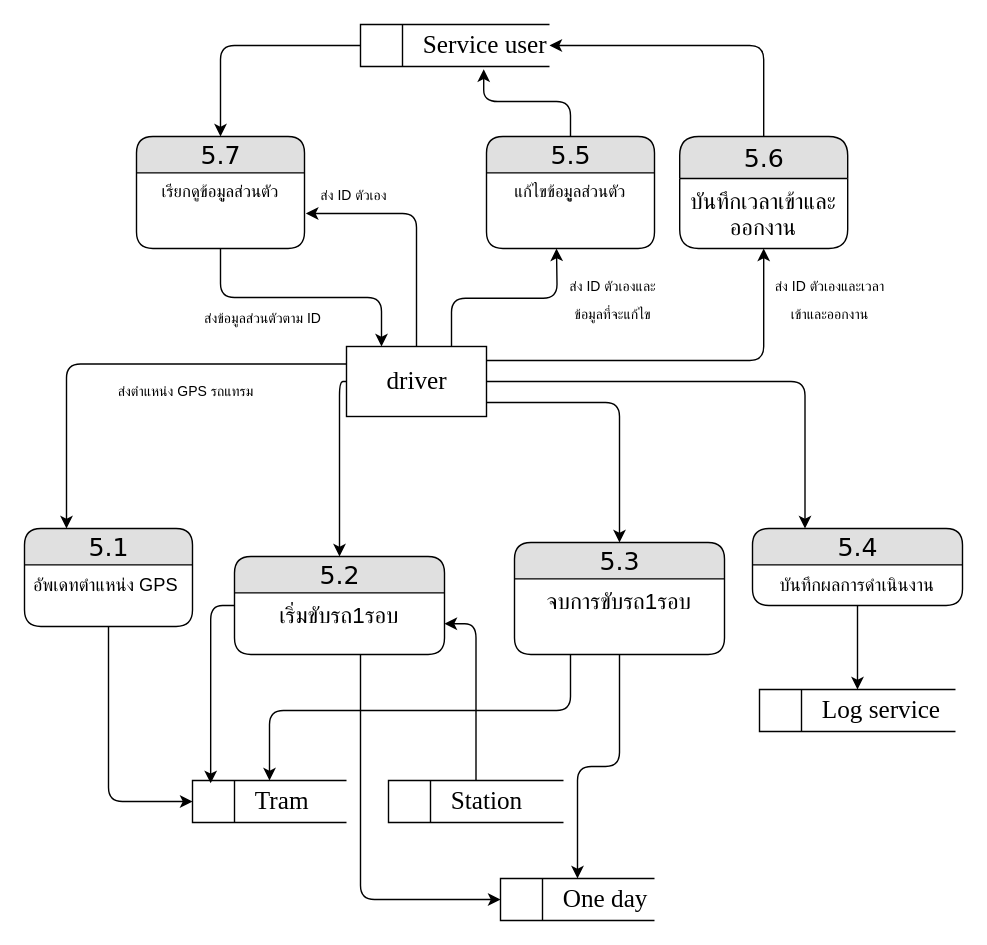
Before: page "5" (4 of 7) of data_flow.drawio in Domineice/Tram_tracking_draft, a draw.io diagram. Source tidied: cells renumbered, new cells numbered last; positions are measured from the earlier drawing's top-left corner, leaving out a move shared by most shapes. Both pictures are drawn from the tidied source at 140%, with x=0, y=0 at pixel (24, 24).
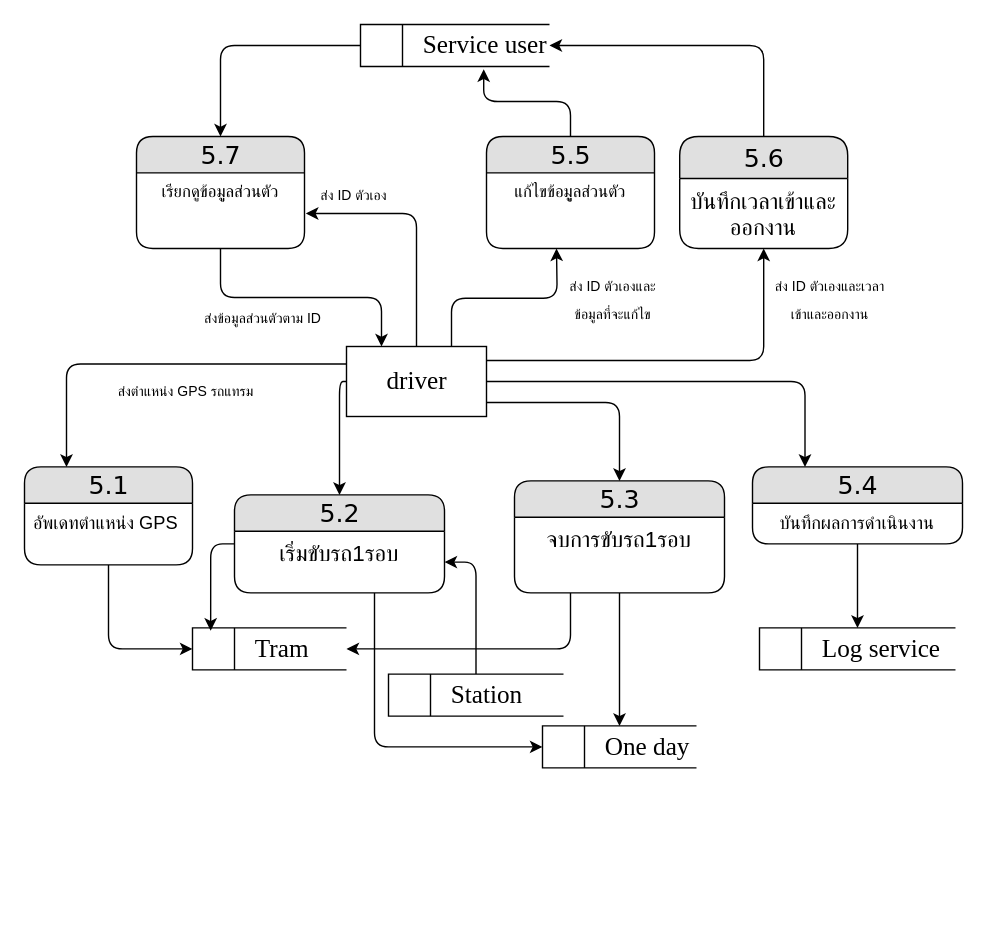
Above is the later version.

The edit, as a diff of the source:
```diff
@@
     <mxCell id="11" value="&lt;blockquote style=&quot;margin: 0 0 0 40px ; border: none ; padding: 0px&quot;&gt;Station&lt;/blockquote&gt;" style="html=1;dashed=0;whitespace=wrap;shape=mxgraph.dfd.dataStoreID;align=left;spacingLeft=3;points=[[0,0],[0.5,0],[1,0],[0,0.5],[1,0.5],[0,1],[0.5,1],[1,1]];fontFamily=Times New Roman;fontSize=18;" parent="1" vertex="1">
-      <mxGeometry x="260" y="540" width="125" height="30" as="geometry" />
+      <mxGeometry x="260" y="464" width="125" height="30" as="geometry" />
     </mxCell>
     <mxCell id="12" value="&lt;blockquote style=&quot;margin: 0 0 0 40px ; border: none ; padding: 0px&quot;&gt;Tram&lt;/blockquote&gt;" style="html=1;dashed=0;whitespace=wrap;shape=mxgraph.dfd.dataStoreID;align=left;spacingLeft=3;points=[[0,0],[0.5,0],[1,0],[0,0.5],[1,0.5],[0,1],[0.5,1],[1,1]];fontFamily=Times New Roman;fontSize=18;" parent="1" vertex="1">
-      <mxGeometry x="120" y="540" width="110" height="30" as="geometry" />
+      <mxGeometry x="120" y="431" width="110" height="30" as="geometry" />
     </mxCell>
     <mxCell id="13" value="&lt;blockquote style=&quot;margin: 0 0 0 40px ; border: none ; padding: 0px&quot;&gt;One day&lt;/blockquote&gt;" style="html=1;dashed=0;whitespace=wrap;shape=mxgraph.dfd.dataStoreID;align=left;spacingLeft=3;points=[[0,0],[0.5,0],[1,0],[0,0.5],[1,0.5],[0,1],[0.5,1],[1,1]];fontFamily=Times New Roman;fontSize=18;" parent="1" vertex="1">
-      <mxGeometry x="340" y="610" width="110" height="30" as="geometry" />
+      <mxGeometry x="370" y="501" width="110" height="30" as="geometry" />
     </mxCell>
     <mxCell id="14" value="&lt;blockquote style=&quot;margin: 0 0 0 40px ; border: none ; padding: 0px&quot;&gt;Log service&lt;/blockquote&gt;" style="html=1;dashed=0;whitespace=wrap;shape=mxgraph.dfd.dataStoreID;align=left;spacingLeft=3;points=[[0,0],[0.5,0],[1,0],[0,0.5],[1,0.5],[0,1],[0.5,1],[1,1]];fontFamily=Times New Roman;fontSize=18;" parent="1" vertex="1">
-      <mxGeometry x="525" y="475" width="140" height="30" as="geometry" />
+      <mxGeometry x="525" y="431" width="140" height="30" as="geometry" />
     </mxCell>
@@
     <mxCell id="18" value="&lt;font style=&quot;font-size: 18px&quot;&gt;5.1&lt;br&gt;&lt;/font&gt;" style="swimlane;html=1;fontStyle=0;horizontal=1;startSize=26;fillColor=#e0e0e0;swimlaneFillColor=#ffffff;align=center;rounded=1;shadow=0;comic=0;labelBackgroundColor=none;strokeWidth=1;fontFamily=Verdana;fontSize=12;" parent="1" vertex="1">
-      <mxGeometry y="360" width="120" height="70" as="geometry" />
+      <mxGeometry y="316" width="120" height="70" as="geometry" />
     </mxCell>
@@
     <mxCell id="21" value="&lt;font style=&quot;font-size: 18px&quot;&gt;5.4&lt;br&gt;&lt;/font&gt;" style="swimlane;html=1;fontStyle=0;horizontal=1;startSize=26;fillColor=#e0e0e0;swimlaneFillColor=#ffffff;align=center;rounded=1;shadow=0;comic=0;labelBackgroundColor=none;strokeWidth=1;fontFamily=Verdana;fontSize=12;" parent="1" vertex="1">
-      <mxGeometry x="520" y="360" width="150" height="55" as="geometry" />
+      <mxGeometry x="520" y="316" width="150" height="55" as="geometry" />
     </mxCell>
@@
     <mxCell id="29" style="edgeStyle=orthogonalEdgeStyle;rounded=1;jettySize=auto;html=1;entryX=0.118;entryY=0.067;entryDx=0;entryDy=0;entryPerimeter=0;fontSize=16;" parent="1" edge="1" source="31" target="12">
       <mxGeometry relative="1" as="geometry">
         <Array as="points">
-          <mxPoint x="133" y="415" />
+          <mxPoint x="133" y="371" />
         </Array>
       </mxGeometry>
     </mxCell>
-    <mxCell id="30" style="edgeStyle=orthogonalEdgeStyle;rounded=1;jettySize=auto;html=1;entryX=0;entryY=0.5;entryDx=0;entryDy=0;fontSize=16;" parent="1" edge="1" source="31" target="13">
+    <mxCell id="30" style="edgeStyle=orthogonalEdgeStyle;rounded=1;jettySize=auto;html=1;entryX=0;entryY=0.5;entryDx=0;entryDy=0;" parent="1" edge="1" source="31" target="13">
       <mxGeometry relative="1" as="geometry">
         <Array as="points">
-          <mxPoint x="240" y="625" />
+          <mxPoint x="250" y="516" />
         </Array>
       </mxGeometry>
     </mxCell>
     <mxCell id="31" value="&lt;font style=&quot;font-size: 18px&quot;&gt;5.2&lt;br&gt;&lt;/font&gt;" style="swimlane;html=1;fontStyle=0;horizontal=1;startSize=26;fillColor=#e0e0e0;swimlaneFillColor=#ffffff;align=center;rounded=1;shadow=0;comic=0;labelBackgroundColor=none;strokeWidth=1;fontFamily=Verdana;fontSize=12;" parent="1" vertex="1">
-      <mxGeometry x="150" y="380" width="150" height="70" as="geometry" />
+      <mxGeometry x="150" y="336" width="150" height="70" as="geometry" />
     </mxCell>
@@
     <mxCell id="37" style="edgeStyle=orthogonalEdgeStyle;rounded=1;jettySize=auto;html=1;fontSize=16;" parent="1" edge="1" source="38" target="12">
       <mxGeometry relative="1" as="geometry">
         <Array as="points">
-          <mxPoint x="390" y="490" />
-          <mxPoint x="175" y="490" />
+          <mxPoint x="390" y="446" />
+          <mxPoint x="175" y="446" />
         </Array>
       </mxGeometry>
     </mxCell>
     <mxCell id="38" value="&lt;font style=&quot;font-size: 18px&quot;&gt;5.3&lt;br&gt;&lt;/font&gt;" style="swimlane;html=1;fontStyle=0;horizontal=1;startSize=26;fillColor=#e0e0e0;swimlaneFillColor=#ffffff;align=center;rounded=1;shadow=0;comic=0;labelBackgroundColor=none;strokeWidth=1;fontFamily=Verdana;fontSize=12;" parent="1" vertex="1">
-      <mxGeometry x="350" y="370" width="150" height="80" as="geometry" />
+      <mxGeometry x="350" y="326" width="150" height="80" as="geometry" />
     </mxCell>
```
